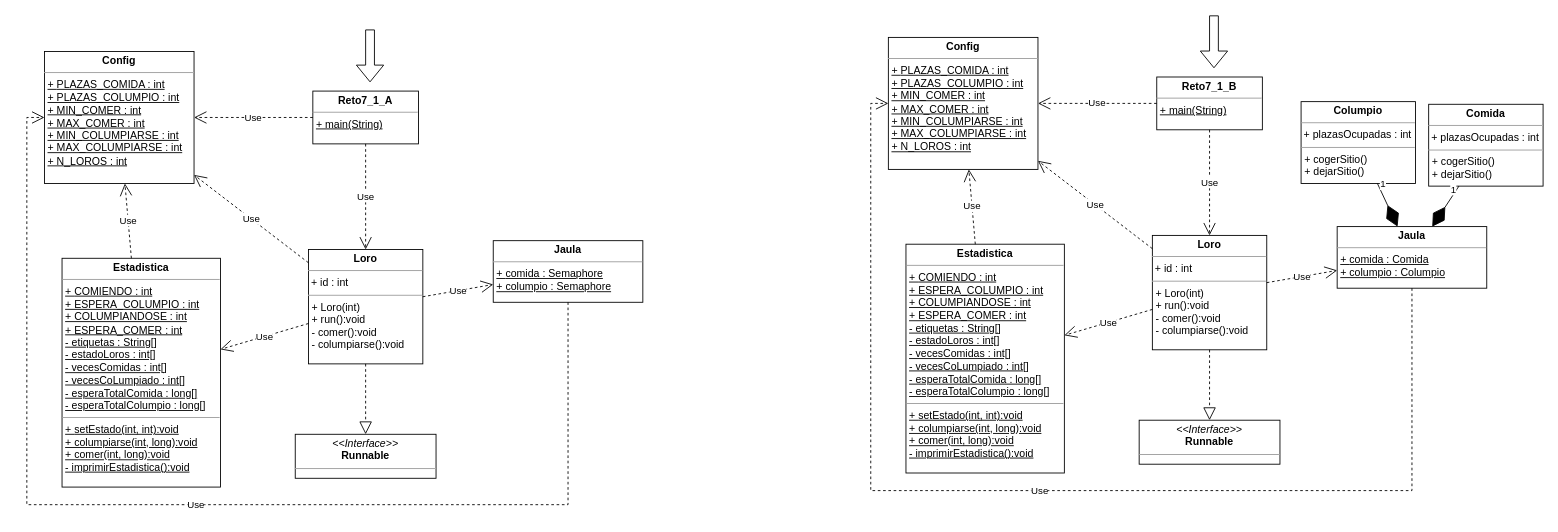
Above: documentos/1.drawio in josebailoneduca/PSPRO_Reto7 (draw.io), before the change. Source tidied: cells renumbered, new cells numbered last; positions are measured from the earlier drawing's top-left corner, leaving out a move shared by most shapes. Both pictures are drawn from the tidied source at 88%, with x=0, y=0 at pixel (26, 15).
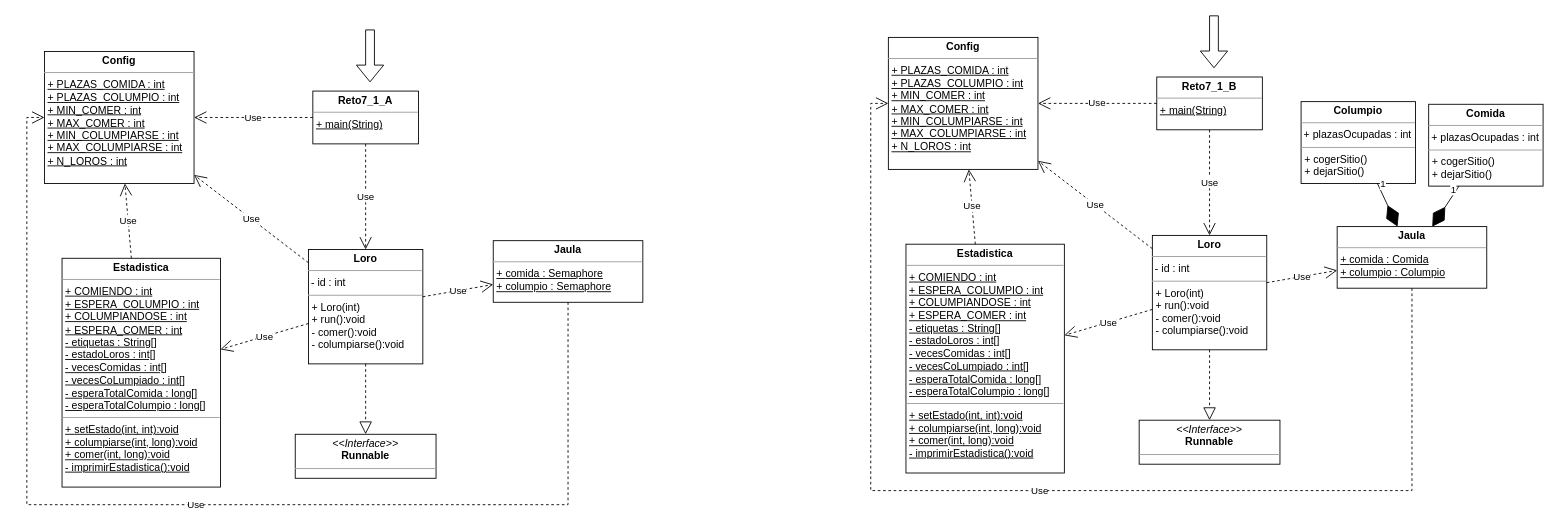
After the change.

What changed in the source:
```diff
@@
-    <mxCell id="5" value="&lt;p style=&quot;margin:0px;margin-top:4px;text-align:center;&quot;&gt;&lt;b&gt;Loro&lt;/b&gt;&lt;/p&gt;&lt;hr size=&quot;1&quot;&gt;&lt;p style=&quot;margin:0px;margin-left:4px;&quot;&gt;&lt;/p&gt;&amp;nbsp;+ id : int&lt;br&gt;&lt;hr size=&quot;1&quot;&gt;&lt;p style=&quot;margin:0px;margin-left:4px;&quot;&gt;+&amp;nbsp;&lt;span style=&quot;background-color: initial;&quot;&gt;Loro(int)&lt;/span&gt;&lt;br&gt;&lt;/p&gt;&lt;p style=&quot;margin:0px;margin-left:4px;&quot;&gt;+ run():void&lt;/p&gt;&lt;p style=&quot;margin:0px;margin-left:4px;&quot;&gt;- comer():void&lt;/p&gt;&lt;p style=&quot;margin:0px;margin-left:4px;&quot;&gt;- columpiarse():void&lt;/p&gt;" style="verticalAlign=top;align=left;overflow=fill;fontSize=12;fontFamily=Helvetica;html=1;" parent="1" vertex="1">
+    <mxCell id="5" value="&lt;p style=&quot;margin:0px;margin-top:4px;text-align:center;&quot;&gt;&lt;b&gt;Loro&lt;/b&gt;&lt;/p&gt;&lt;hr size=&quot;1&quot;&gt;&lt;p style=&quot;margin:0px;margin-left:4px;&quot;&gt;&lt;/p&gt;&amp;nbsp;- id : int&lt;br&gt;&lt;hr size=&quot;1&quot;&gt;&lt;p style=&quot;margin:0px;margin-left:4px;&quot;&gt;+&amp;nbsp;&lt;span style=&quot;background-color: initial;&quot;&gt;Loro(int)&lt;/span&gt;&lt;br&gt;&lt;/p&gt;&lt;p style=&quot;margin:0px;margin-left:4px;&quot;&gt;+ run():void&lt;/p&gt;&lt;p style=&quot;margin:0px;margin-left:4px;&quot;&gt;- comer():void&lt;/p&gt;&lt;p style=&quot;margin:0px;margin-left:4px;&quot;&gt;- columpiarse():void&lt;/p&gt;" style="verticalAlign=top;align=left;overflow=fill;fontSize=12;fontFamily=Helvetica;html=1;" parent="1" vertex="1">
       <mxGeometry x="320" y="266" width="130" height="130" as="geometry" />
     </mxCell>
@@
-    <mxCell id="20" value="&lt;p style=&quot;margin:0px;margin-top:4px;text-align:center;&quot;&gt;&lt;b&gt;Loro&lt;/b&gt;&lt;/p&gt;&lt;hr size=&quot;1&quot;&gt;&lt;p style=&quot;margin:0px;margin-left:4px;&quot;&gt;&lt;/p&gt;&amp;nbsp;+ id : int&lt;br&gt;&lt;hr size=&quot;1&quot;&gt;&lt;p style=&quot;margin:0px;margin-left:4px;&quot;&gt;+&amp;nbsp;&lt;span style=&quot;background-color: initial;&quot;&gt;Loro(int)&lt;/span&gt;&lt;br&gt;&lt;/p&gt;&lt;p style=&quot;margin:0px;margin-left:4px;&quot;&gt;+ run():void&lt;/p&gt;&lt;p style=&quot;margin:0px;margin-left:4px;&quot;&gt;- comer():void&lt;/p&gt;&lt;p style=&quot;margin:0px;margin-left:4px;&quot;&gt;- columpiarse():void&lt;/p&gt;" style="verticalAlign=top;align=left;overflow=fill;fontSize=12;fontFamily=Helvetica;html=1;" parent="1" vertex="1">
+    <mxCell id="20" value="&lt;p style=&quot;margin:0px;margin-top:4px;text-align:center;&quot;&gt;&lt;b&gt;Loro&lt;/b&gt;&lt;/p&gt;&lt;hr size=&quot;1&quot;&gt;&lt;p style=&quot;margin:0px;margin-left:4px;&quot;&gt;&lt;/p&gt;&amp;nbsp;- id : int&lt;br&gt;&lt;hr size=&quot;1&quot;&gt;&lt;p style=&quot;margin:0px;margin-left:4px;&quot;&gt;+&amp;nbsp;&lt;span style=&quot;background-color: initial;&quot;&gt;Loro(int)&lt;/span&gt;&lt;br&gt;&lt;/p&gt;&lt;p style=&quot;margin:0px;margin-left:4px;&quot;&gt;+ run():void&lt;/p&gt;&lt;p style=&quot;margin:0px;margin-left:4px;&quot;&gt;- comer():void&lt;/p&gt;&lt;p style=&quot;margin:0px;margin-left:4px;&quot;&gt;- columpiarse():void&lt;/p&gt;" style="verticalAlign=top;align=left;overflow=fill;fontSize=12;fontFamily=Helvetica;html=1;" parent="1" vertex="1">
       <mxGeometry x="1279" y="250" width="130" height="130" as="geometry" />
     </mxCell>
```
